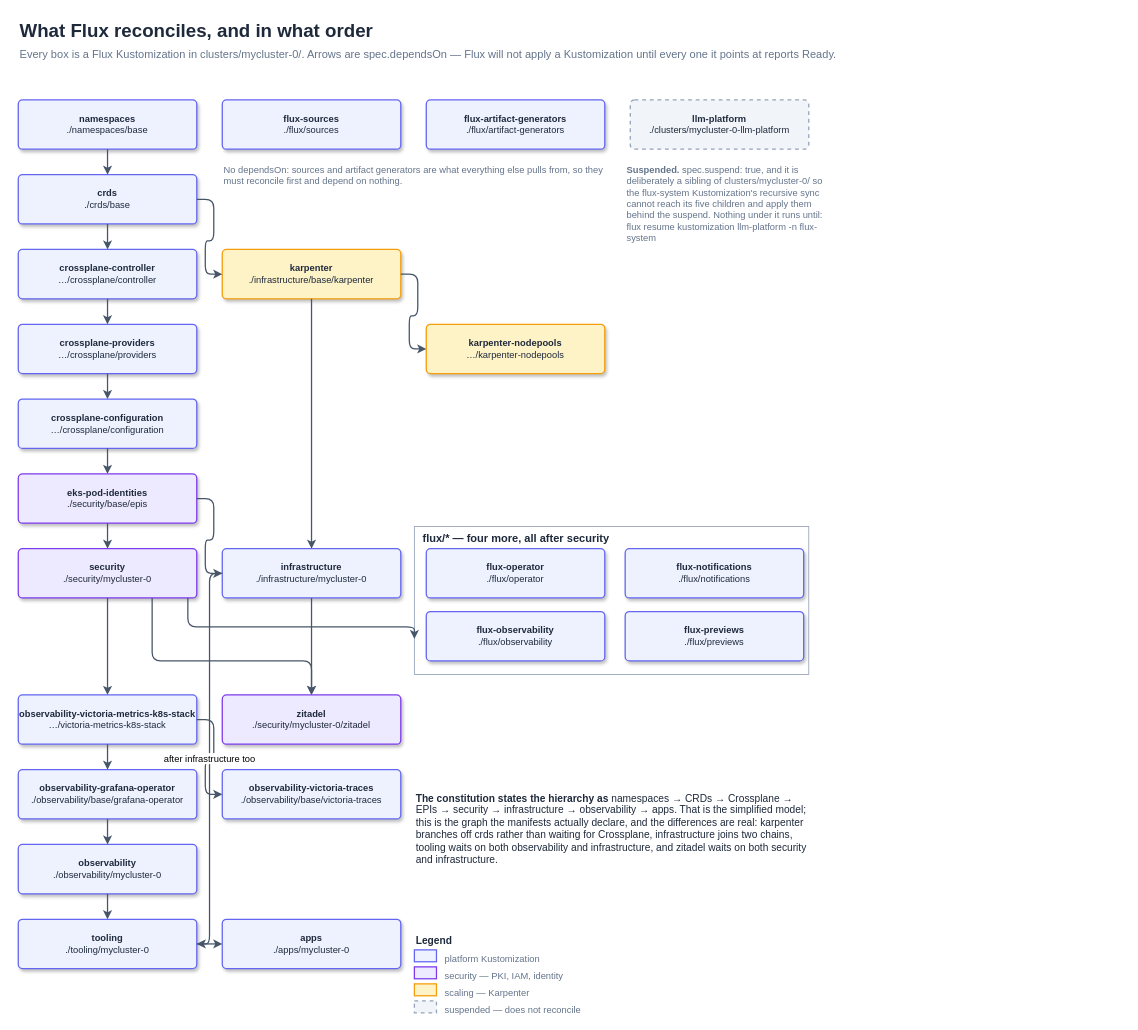
Earlier version of the draw.io diagram docs/architecture/flux-dependency-tree.drawio (Smana/cloud-native-ref). Source tidied: cells renumbered, new cells numbered last; positions are measured from the earlier drawing's top-left corner, leaving out a move shared by most shapes. Both pictures are drawn from the tidied source at 85%, with x=0, y=0 at pixel (18, 14).
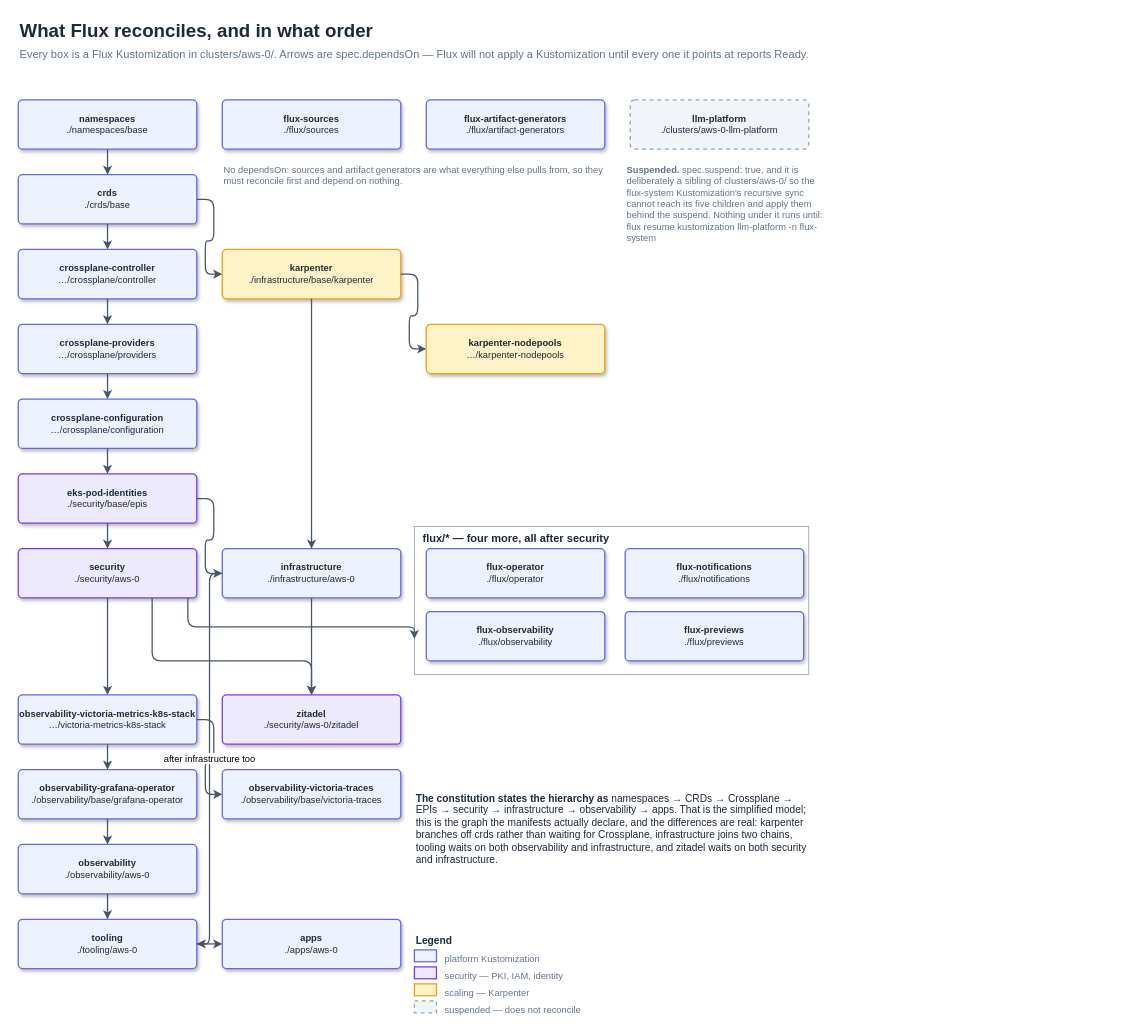
The same page after the edit.

Change to the diagram source:
```diff
@@
-    <mxCell id="3" value="Every box is a Flux Kustomization in clusters/mycluster-0/. Arrows are spec.dependsOn — Flux will not apply a Kustomization until every one it points at reports Ready." style="text;html=1;fontFamily=Helvetica;fontSize=13;fontColor=#64748B;align=left;" parent="1" vertex="1">
+    <mxCell id="3" value="Every box is a Flux Kustomization in clusters/aws-0/. Arrows are spec.dependsOn — Flux will not apply a Kustomization until every one it points at reports Ready." style="text;html=1;fontFamily=Helvetica;fontSize=13;fontColor=#64748B;align=left;" parent="1" vertex="1">
       <mxGeometry y="32" width="1300" height="20" as="geometry" />
     </mxCell>
@@
-    <mxCell id="7" value="&lt;b&gt;llm-platform&lt;/b&gt;&#10;./clusters/mycluster-0-llm-platform" style="rounded=1;absoluteArcSize=1;arcSize=10;dashed=1;whiteSpace=wrap;html=1;fillColor=#F1F5F9;strokeColor=#94A3B8;strokeWidth=1.5;fontColor=#1E293B;fontFamily=Helvetica;fontSize=11;" parent="1" vertex="1">
+    <mxCell id="7" value="&lt;b&gt;llm-platform&lt;/b&gt;&#10;./clusters/aws-0-llm-platform" style="rounded=1;absoluteArcSize=1;arcSize=10;dashed=1;whiteSpace=wrap;html=1;fillColor=#F1F5F9;strokeColor=#94A3B8;strokeWidth=1.5;fontColor=#1E293B;fontFamily=Helvetica;fontSize=11;" parent="1" vertex="1">
       <mxGeometry x="720" y="100" width="210" height="58" as="geometry" />
     </mxCell>
@@
-    <mxCell id="15" value="&lt;b&gt;security&lt;/b&gt;&#10;./security/mycluster-0" style="rounded=1;absoluteArcSize=1;arcSize=10;shadow=1;whiteSpace=wrap;html=1;fillColor=#EDE9FE;strokeColor=#7C3AED;strokeWidth=1.5;fontColor=#1E293B;fontFamily=Helvetica;fontSize=11;" parent="1" vertex="1">
+    <mxCell id="15" value="&lt;b&gt;security&lt;/b&gt;&#10;./security/aws-0" style="rounded=1;absoluteArcSize=1;arcSize=10;shadow=1;whiteSpace=wrap;html=1;fillColor=#EDE9FE;strokeColor=#7C3AED;strokeWidth=1.5;fontColor=#1E293B;fontFamily=Helvetica;fontSize=11;" parent="1" vertex="1">
       <mxGeometry y="628" width="210" height="58" as="geometry" />
     </mxCell>
-    <mxCell id="16" value="&lt;b&gt;infrastructure&lt;/b&gt;&#10;./infrastructure/mycluster-0" style="rounded=1;absoluteArcSize=1;arcSize=10;shadow=1;whiteSpace=wrap;html=1;fillColor=#EEF2FF;strokeColor=#6366F1;strokeWidth=1.5;fontColor=#1E293B;fontFamily=Helvetica;fontSize=11;" parent="1" vertex="1">
+    <mxCell id="16" value="&lt;b&gt;infrastructure&lt;/b&gt;&#10;./infrastructure/aws-0" style="rounded=1;absoluteArcSize=1;arcSize=10;shadow=1;whiteSpace=wrap;html=1;fillColor=#EEF2FF;strokeColor=#6366F1;strokeWidth=1.5;fontColor=#1E293B;fontFamily=Helvetica;fontSize=11;" parent="1" vertex="1">
       <mxGeometry x="240" y="628" width="210" height="58" as="geometry" />
     </mxCell>
@@
-    <mxCell id="23" value="&lt;b&gt;zitadel&lt;/b&gt;&#10;./security/mycluster-0/zitadel" style="rounded=1;absoluteArcSize=1;arcSize=10;shadow=1;whiteSpace=wrap;html=1;fillColor=#EDE9FE;strokeColor=#7C3AED;strokeWidth=1.5;fontColor=#1E293B;fontFamily=Helvetica;fontSize=11;" parent="1" vertex="1">
+    <mxCell id="23" value="&lt;b&gt;zitadel&lt;/b&gt;&#10;./security/aws-0/zitadel" style="rounded=1;absoluteArcSize=1;arcSize=10;shadow=1;whiteSpace=wrap;html=1;fillColor=#EDE9FE;strokeColor=#7C3AED;strokeWidth=1.5;fontColor=#1E293B;fontFamily=Helvetica;fontSize=11;" parent="1" vertex="1">
       <mxGeometry x="240" y="800" width="210" height="58" as="geometry" />
     </mxCell>
@@
-    <mxCell id="26" value="&lt;b&gt;observability&lt;/b&gt;&#10;./observability/mycluster-0" style="rounded=1;absoluteArcSize=1;arcSize=10;shadow=1;whiteSpace=wrap;html=1;fillColor=#EEF2FF;strokeColor=#6366F1;strokeWidth=1.5;fontColor=#1E293B;fontFamily=Helvetica;fontSize=11;" parent="1" vertex="1">
+    <mxCell id="26" value="&lt;b&gt;observability&lt;/b&gt;&#10;./observability/aws-0" style="rounded=1;absoluteArcSize=1;arcSize=10;shadow=1;whiteSpace=wrap;html=1;fillColor=#EEF2FF;strokeColor=#6366F1;strokeWidth=1.5;fontColor=#1E293B;fontFamily=Helvetica;fontSize=11;" parent="1" vertex="1">
       <mxGeometry y="976" width="210" height="58" as="geometry" />
     </mxCell>
-    <mxCell id="27" value="&lt;b&gt;tooling&lt;/b&gt;&#10;./tooling/mycluster-0" style="rounded=1;absoluteArcSize=1;arcSize=10;shadow=1;whiteSpace=wrap;html=1;fillColor=#EEF2FF;strokeColor=#6366F1;strokeWidth=1.5;fontColor=#1E293B;fontFamily=Helvetica;fontSize=11;" parent="1" vertex="1">
+    <mxCell id="27" value="&lt;b&gt;tooling&lt;/b&gt;&#10;./tooling/aws-0" style="rounded=1;absoluteArcSize=1;arcSize=10;shadow=1;whiteSpace=wrap;html=1;fillColor=#EEF2FF;strokeColor=#6366F1;strokeWidth=1.5;fontColor=#1E293B;fontFamily=Helvetica;fontSize=11;" parent="1" vertex="1">
       <mxGeometry y="1064" width="210" height="58" as="geometry" />
     </mxCell>
-    <mxCell id="28" value="&lt;b&gt;apps&lt;/b&gt;&#10;./apps/mycluster-0" style="rounded=1;absoluteArcSize=1;arcSize=10;shadow=1;whiteSpace=wrap;html=1;fillColor=#EEF2FF;strokeColor=#6366F1;strokeWidth=1.5;fontColor=#1E293B;fontFamily=Helvetica;fontSize=11;" parent="1" vertex="1">
+    <mxCell id="28" value="&lt;b&gt;apps&lt;/b&gt;&#10;./apps/aws-0" style="rounded=1;absoluteArcSize=1;arcSize=10;shadow=1;whiteSpace=wrap;html=1;fillColor=#EEF2FF;strokeColor=#6366F1;strokeWidth=1.5;fontColor=#1E293B;fontFamily=Helvetica;fontSize=11;" parent="1" vertex="1">
       <mxGeometry x="240" y="1064" width="210" height="58" as="geometry" />
     </mxCell>
@@
-    <mxCell id="49" value="&lt;b&gt;Suspended.&lt;/b&gt; spec.suspend: true, and it is deliberately a sibling of clusters/mycluster-0/ so the flux-system Kustomization's recursive sync cannot reach its five children and apply them behind the suspend. Nothing under it runs until:&#10;flux resume kustomization llm-platform -n flux-system" style="text;html=1;fontFamily=Helvetica;fontSize=11;fontColor=#64748B;align=left;verticalAlign=top;whiteSpace=wrap;" parent="1" vertex="1">
+    <mxCell id="49" value="&lt;b&gt;Suspended.&lt;/b&gt; spec.suspend: true, and it is deliberately a sibling of clusters/aws-0/ so the flux-system Kustomization's recursive sync cannot reach its five children and apply them behind the suspend. Nothing under it runs until:&#10;flux resume kustomization llm-platform -n flux-system" style="text;html=1;fontFamily=Helvetica;fontSize=11;fontColor=#64748B;align=left;verticalAlign=top;whiteSpace=wrap;" parent="1" vertex="1">
       <mxGeometry x="714" y="170" width="246" height="140" as="geometry" />
     </mxCell>
```
